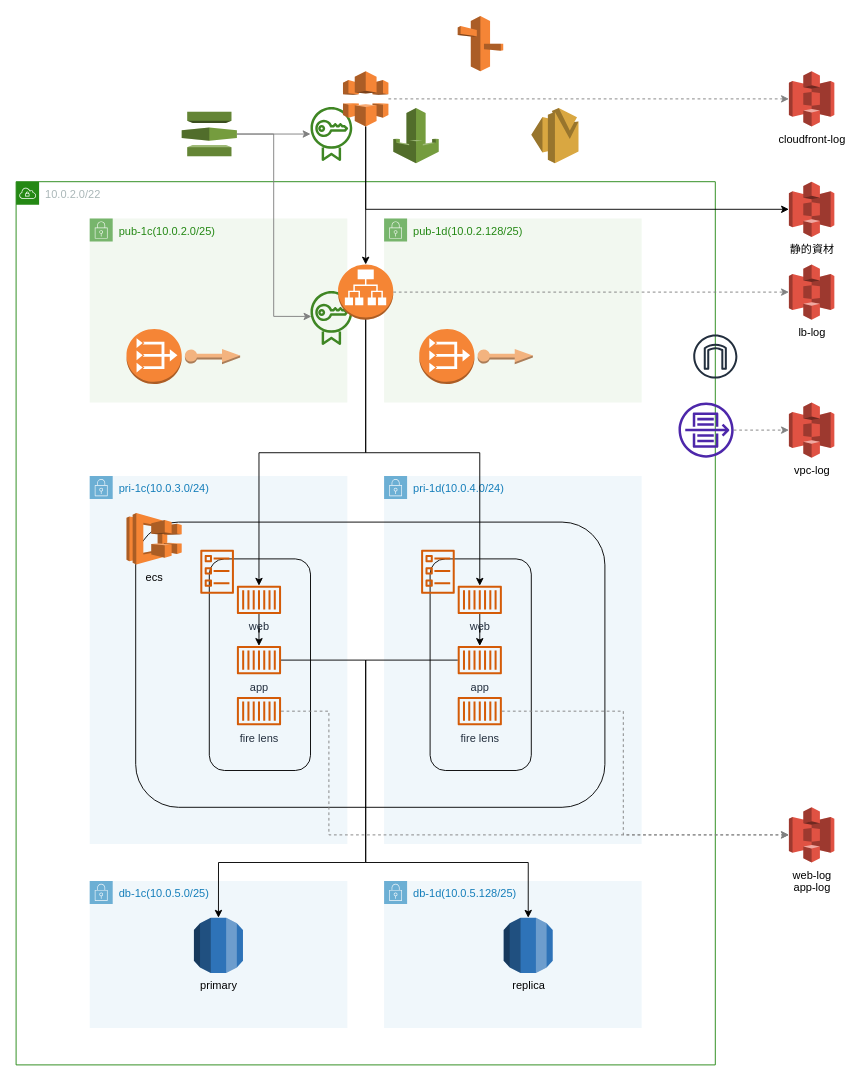
Earlier version of the draw.io diagram document/構成図.drawio (naoyamaki/review-stock). Source tidied: cells renumbered, new cells numbered last; positions are measured from the earlier drawing's top-left corner, leaving out a move shared by most shapes. Both pictures are drawn from the tidied source at 92%, with x=0, y=0 at pixel (16, 16).
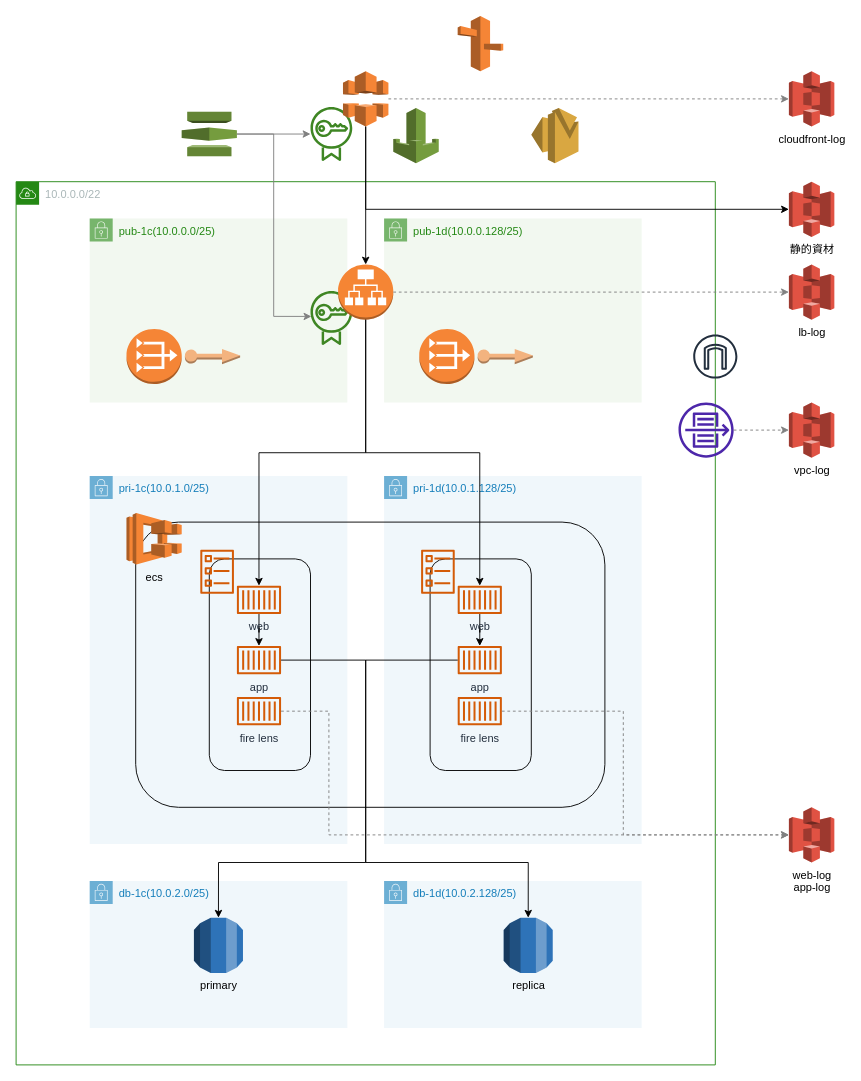
The same page after the edit.

Commit message (it also covers changes not shown here):
構成図もサブネットのCIDRを/25ずつに変更

・/24分の空きがVPCにできてしまうがcodebuild用か何かにするか不要であればapp用サブネットを広げてる予定

The edit, as a diff of the source:
```diff
@@
-    <mxCell id="3" value="pri-1c(10.0.3.0/24)" style="gradientColor=none;html=1;whiteSpace=wrap;fontSize=12;fontStyle=0;shape=mxgraph.aws4.group;grIcon=mxgraph.aws4.group_security_group;grStroke=0;strokeColor=#147EBA;fillColor=#E6F2F8;verticalAlign=top;align=left;spacingLeft=30;fontColor=#147EBA;dashed=0;opacity=60;" parent="1" vertex="1">
+    <mxCell id="3" value="pri-1c(10.0.1.0/25)" style="gradientColor=none;html=1;whiteSpace=wrap;fontSize=12;fontStyle=0;shape=mxgraph.aws4.group;grIcon=mxgraph.aws4.group_security_group;grStroke=0;strokeColor=#147EBA;fillColor=#E6F2F8;verticalAlign=top;align=left;spacingLeft=30;fontColor=#147EBA;dashed=0;opacity=60;" parent="1" vertex="1">
       <mxGeometry x="80" y="500" width="280" height="400" as="geometry" />
     </mxCell>
-    <mxCell id="4" value="10.0.2.0/22" style="gradientColor=none;html=1;whiteSpace=wrap;fontSize=12;fontStyle=0;shape=mxgraph.aws4.group;grIcon=mxgraph.aws4.group_vpc;strokeColor=#248814;fillColor=none;verticalAlign=top;align=left;spacingLeft=30;fontColor=#AAB7B8;dashed=0;" parent="1" vertex="1">
+    <mxCell id="4" value="10.0.0.0/22" style="gradientColor=none;html=1;whiteSpace=wrap;fontSize=12;fontStyle=0;shape=mxgraph.aws4.group;grIcon=mxgraph.aws4.group_vpc;strokeColor=#248814;fillColor=none;verticalAlign=top;align=left;spacingLeft=30;fontColor=#AAB7B8;dashed=0;" parent="1" vertex="1">
       <mxGeometry y="180" width="760" height="960" as="geometry" />
     </mxCell>
-    <mxCell id="5" value="pub-1c(10.0.2.0/25)" style="gradientColor=none;html=1;whiteSpace=wrap;fontSize=12;fontStyle=0;shape=mxgraph.aws4.group;grIcon=mxgraph.aws4.group_security_group;grStroke=0;strokeColor=#248814;fillColor=#E9F3E6;verticalAlign=top;align=left;spacingLeft=30;fontColor=#248814;dashed=0;opacity=60;" parent="4" vertex="1">
+    <mxCell id="5" value="pub-1c(10.0.0.0/25)" style="gradientColor=none;html=1;whiteSpace=wrap;fontSize=12;fontStyle=0;shape=mxgraph.aws4.group;grIcon=mxgraph.aws4.group_security_group;grStroke=0;strokeColor=#248814;fillColor=#E9F3E6;verticalAlign=top;align=left;spacingLeft=30;fontColor=#248814;dashed=0;opacity=60;" parent="4" vertex="1">
       <mxGeometry x="80" y="40" width="280" height="200" as="geometry" />
     </mxCell>
@@
-    <mxCell id="10" value="pri-1d(10.0.4.0/24)" style="gradientColor=none;html=1;whiteSpace=wrap;fontSize=12;fontStyle=0;shape=mxgraph.aws4.group;grIcon=mxgraph.aws4.group_security_group;grStroke=0;strokeColor=#147EBA;fillColor=#E6F2F8;verticalAlign=top;align=left;spacingLeft=30;fontColor=#147EBA;dashed=0;opacity=60;" parent="4" vertex="1">
+    <mxCell id="10" value="pri-1d(10.0.1.128/25)" style="gradientColor=none;html=1;whiteSpace=wrap;fontSize=12;fontStyle=0;shape=mxgraph.aws4.group;grIcon=mxgraph.aws4.group_security_group;grStroke=0;strokeColor=#147EBA;fillColor=#E6F2F8;verticalAlign=top;align=left;spacingLeft=30;fontColor=#147EBA;dashed=0;opacity=60;" parent="4" vertex="1">
       <mxGeometry x="400" y="320" width="280" height="400" as="geometry" />
     </mxCell>
@@
-    <mxCell id="19" value="pub-1d(10.0.2.128/25)" style="gradientColor=none;html=1;whiteSpace=wrap;fontSize=12;fontStyle=0;shape=mxgraph.aws4.group;grIcon=mxgraph.aws4.group_security_group;grStroke=0;strokeColor=#248814;fillColor=#E9F3E6;verticalAlign=top;align=left;spacingLeft=30;fontColor=#248814;dashed=0;opacity=60;" parent="4" vertex="1">
+    <mxCell id="19" value="pub-1d(10.0.0.128/25)" style="gradientColor=none;html=1;whiteSpace=wrap;fontSize=12;fontStyle=0;shape=mxgraph.aws4.group;grIcon=mxgraph.aws4.group_security_group;grStroke=0;strokeColor=#248814;fillColor=#E9F3E6;verticalAlign=top;align=left;spacingLeft=30;fontColor=#248814;dashed=0;opacity=60;" parent="4" vertex="1">
       <mxGeometry x="400" y="40" width="280" height="200" as="geometry" />
     </mxCell>
@@
-    <mxCell id="43" value="db-1c(10.0.5.0/25)" style="gradientColor=none;html=1;whiteSpace=wrap;fontSize=12;fontStyle=0;shape=mxgraph.aws4.group;grIcon=mxgraph.aws4.group_security_group;grStroke=0;strokeColor=#147EBA;fillColor=#E6F2F8;verticalAlign=top;align=left;spacingLeft=30;fontColor=#147EBA;dashed=0;opacity=60;" parent="1" vertex="1">
+    <mxCell id="43" value="db-1c(10.0.2.0/25)" style="gradientColor=none;html=1;whiteSpace=wrap;fontSize=12;fontStyle=0;shape=mxgraph.aws4.group;grIcon=mxgraph.aws4.group_security_group;grStroke=0;strokeColor=#147EBA;fillColor=#E6F2F8;verticalAlign=top;align=left;spacingLeft=30;fontColor=#147EBA;dashed=0;opacity=60;" parent="1" vertex="1">
       <mxGeometry x="80" y="940" width="280" height="160" as="geometry" />
     </mxCell>
@@
-    <mxCell id="45" value="db-1d(10.0.5.128/25)" style="gradientColor=none;html=1;whiteSpace=wrap;fontSize=12;fontStyle=0;shape=mxgraph.aws4.group;grIcon=mxgraph.aws4.group_security_group;grStroke=0;strokeColor=#147EBA;fillColor=#E6F2F8;verticalAlign=top;align=left;spacingLeft=30;fontColor=#147EBA;dashed=0;opacity=60;" parent="1" vertex="1">
+    <mxCell id="45" value="db-1d(10.0.2.128/25)" style="gradientColor=none;html=1;whiteSpace=wrap;fontSize=12;fontStyle=0;shape=mxgraph.aws4.group;grIcon=mxgraph.aws4.group_security_group;grStroke=0;strokeColor=#147EBA;fillColor=#E6F2F8;verticalAlign=top;align=left;spacingLeft=30;fontColor=#147EBA;dashed=0;opacity=60;" parent="1" vertex="1">
       <mxGeometry x="400" y="940" width="280" height="160" as="geometry" />
     </mxCell>
```
